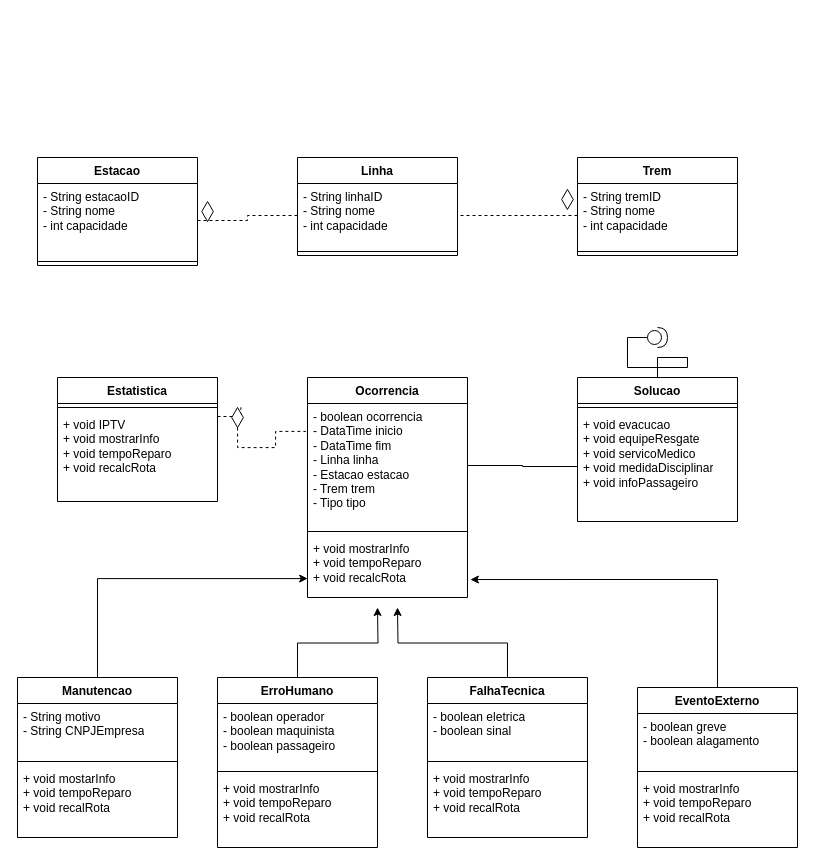
Above: modelagemMalhaFerroviaria.drawio in mariaalicen/DiagramasUML (draw.io), before the change. Source tidied: cells renumbered, new cells numbered last; positions are measured from the earlier drawing's top-left corner, leaving out a move shared by most shapes. Both pictures are drawn from the tidied source at 100%, with x=0, y=0 at pixel (17, 157).
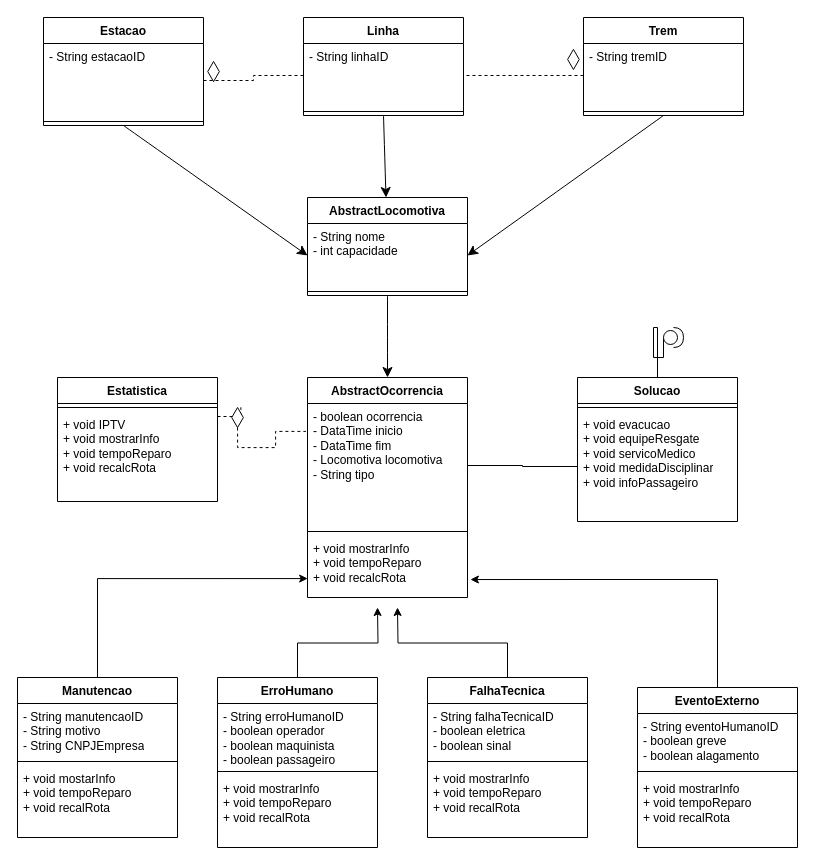
The same page after the edit.

The change refers to these unchanged cells:
```xml
<mxCell id="15" value="Manutencao" style="swimlane;fontStyle=1;align=center;verticalAlign=top;horizontal=1;startSize=26;whiteSpace=wrap;html=1;" parent="1" vertex="1">
  <mxGeometry y="520" width="160" height="160" as="geometry" />
</mxCell>
<mxCell id="20" value="ErroHumano" style="swimlane;fontStyle=1;align=center;verticalAlign=top;horizontal=1;startSize=26;whiteSpace=wrap;html=1;" parent="1" vertex="1">
  <mxGeometry x="200" y="520" width="160" height="170" as="geometry" />
</mxCell>
<mxCell id="25" value="FalhaTecnica" style="swimlane;fontStyle=1;align=center;verticalAlign=top;horizontal=1;startSize=26;whiteSpace=wrap;html=1;" parent="1" vertex="1">
  <mxGeometry x="410" y="520" width="160" height="160" as="geometry" />
</mxCell>
<mxCell id="29" value="EventoExterno" style="swimlane;fontStyle=1;align=center;verticalAlign=top;horizontal=1;startSize=26;whiteSpace=wrap;html=1;" parent="1" vertex="1">
  <mxGeometry x="620" y="530" width="160" height="160" as="geometry" />
</mxCell>
<mxCell id="36" value="Solucao" style="swimlane;fontStyle=1;align=center;verticalAlign=top;horizontal=1;startSize=26;whiteSpace=wrap;html=1;" parent="1" vertex="1">
  <mxGeometry x="560" y="220" width="160" height="144" as="geometry" />
</mxCell>
```

Diff of the diagram source:
```diff
@@
+    <mxCell id="51" style="edgeStyle=none;curved=1;rounded=0;jettySize=auto;html=1;exitX=0.5;exitY=1;exitDx=0;exitDy=0;entryX=0;entryY=0.5;entryDx=0;entryDy=0;fontSize=12;startSize=8;endSize=8;" parent="1" edge="1" source="2" target="56">
+      <mxGeometry relative="1" as="geometry" />
+    </mxCell>
     <mxCell id="2" value="Estacao" style="swimlane;fontStyle=1;align=center;verticalAlign=top;horizontal=1;startSize=26;whiteSpace=wrap;html=1;" parent="1" vertex="1">
-      <mxGeometry x="20" width="160" height="108" as="geometry" />
+      <mxGeometry x="26" y="-140" width="160" height="108" as="geometry" />
     </mxCell>
-    <mxCell id="3" value="- String estacaoID&lt;div&gt;- String nome&lt;/div&gt;&lt;div&gt;- int capacidade&lt;/div&gt;" style="text;strokeColor=none;fillColor=none;align=left;verticalAlign=top;spacingLeft=4;spacingRight=4;overflow=hidden;points=[[0,0.5],[1,0.5]];portConstraint=eastwest;whiteSpace=wrap;html=1;" parent="2" vertex="1">
+    <mxCell id="3" value="- String estacaoID" style="text;strokeColor=none;fillColor=none;align=left;verticalAlign=top;spacingLeft=4;spacingRight=4;overflow=hidden;points=[[0,0.5],[1,0.5]];portConstraint=eastwest;whiteSpace=wrap;html=1;" parent="2" vertex="1">
       <mxGeometry y="26" width="160" height="74" as="geometry" />
     </mxCell>
@@
+    <mxCell id="52" style="edgeStyle=none;curved=1;rounded=0;jettySize=auto;html=1;exitX=0.5;exitY=1;exitDx=0;exitDy=0;fontSize=12;startSize=8;endSize=8;" parent="1" edge="1" source="5" target="55">
+      <mxGeometry relative="1" as="geometry" />
+    </mxCell>
     <mxCell id="5" value="Linha" style="swimlane;fontStyle=1;align=center;verticalAlign=top;horizontal=1;startSize=26;whiteSpace=wrap;html=1;" parent="1" vertex="1">
-      <mxGeometry x="280" width="160" height="98" as="geometry" />
+      <mxGeometry x="286" y="-140" width="160" height="98" as="geometry" />
     </mxCell>
-    <mxCell id="6" value="- String linhaID&lt;div&gt;- String nome&lt;/div&gt;&lt;div&gt;- int capacidade&lt;/div&gt;" style="text;strokeColor=none;fillColor=none;align=left;verticalAlign=top;spacingLeft=4;spacingRight=4;overflow=hidden;points=[[0,0.5],[1,0.5]];portConstraint=eastwest;whiteSpace=wrap;html=1;" parent="5" vertex="1">
+    <mxCell id="6" value="- String linhaID&lt;div&gt;&lt;br&gt;&lt;/div&gt;" style="text;strokeColor=none;fillColor=none;align=left;verticalAlign=top;spacingLeft=4;spacingRight=4;overflow=hidden;points=[[0,0.5],[1,0.5]];portConstraint=eastwest;whiteSpace=wrap;html=1;" parent="5" vertex="1">
       <mxGeometry y="26" width="160" height="64" as="geometry" />
     </mxCell>
@@
+    <mxCell id="53" style="edgeStyle=none;curved=1;rounded=0;jettySize=auto;html=1;exitX=0.5;exitY=1;exitDx=0;exitDy=0;entryX=1;entryY=0.5;entryDx=0;entryDy=0;fontSize=12;startSize=8;endSize=8;" parent="1" edge="1" source="8" target="56">
+      <mxGeometry relative="1" as="geometry" />
+    </mxCell>
     <mxCell id="8" value="Trem" style="swimlane;fontStyle=1;align=center;verticalAlign=top;horizontal=1;startSize=26;whiteSpace=wrap;html=1;" parent="1" vertex="1">
-      <mxGeometry x="560" width="160" height="98" as="geometry" />
+      <mxGeometry x="566" y="-140" width="160" height="98" as="geometry" />
     </mxCell>
-    <mxCell id="9" value="- String tremID&lt;div&gt;- String nome&lt;/div&gt;&lt;div&gt;- int capacidade&lt;/div&gt;" style="text;strokeColor=none;fillColor=none;align=left;verticalAlign=top;spacingLeft=4;spacingRight=4;overflow=hidden;points=[[0,0.5],[1,0.5]];portConstraint=eastwest;whiteSpace=wrap;html=1;" parent="8" vertex="1">
+    <mxCell id="9" value="- String tremID&lt;div&gt;&lt;br&gt;&lt;/div&gt;" style="text;strokeColor=none;fillColor=none;align=left;verticalAlign=top;spacingLeft=4;spacingRight=4;overflow=hidden;points=[[0,0.5],[1,0.5]];portConstraint=eastwest;whiteSpace=wrap;html=1;" parent="8" vertex="1">
       <mxGeometry y="26" width="160" height="64" as="geometry" />
     </mxCell>
@@
-    <mxCell id="11" value="Ocorrencia" style="swimlane;fontStyle=1;align=center;verticalAlign=top;horizontal=1;startSize=26;whiteSpace=wrap;html=1;" parent="1" vertex="1">
+    <mxCell id="11" value="AbstractOcorrencia" style="swimlane;fontStyle=1;align=center;verticalAlign=top;horizontal=1;startSize=26;whiteSpace=wrap;html=1;" parent="1" vertex="1">
       <mxGeometry x="290" y="220" width="160" height="220" as="geometry" />
     </mxCell>
-    <mxCell id="12" value="- boolean ocorrencia&amp;nbsp;&lt;div&gt;- DataTime inicio&amp;nbsp;&lt;/div&gt;&lt;div&gt;- DataTime fim&lt;/div&gt;&lt;div&gt;- Linha linha&amp;nbsp;&lt;/div&gt;&lt;div&gt;- Estacao estacao&amp;nbsp;&lt;/div&gt;&lt;div&gt;- Trem trem&amp;nbsp;&lt;/div&gt;&lt;div&gt;- Tipo tipo&amp;nbsp;&lt;/div&gt;" style="text;strokeColor=none;fillColor=none;align=left;verticalAlign=top;spacingLeft=4;spacingRight=4;overflow=hidden;points=[[0,0.5],[1,0.5]];portConstraint=eastwest;whiteSpace=wrap;html=1;" parent="11" vertex="1">
+    <mxCell id="12" value="- boolean ocorrencia&amp;nbsp;&lt;div&gt;- DataTime inicio&amp;nbsp;&lt;/div&gt;&lt;div&gt;- DataTime fim&lt;/div&gt;&lt;div&gt;- Locomotiva locomotiva&lt;span style=&quot;background-color: initial;&quot;&gt;&amp;nbsp;&lt;/span&gt;&lt;/div&gt;&lt;div&gt;- String tipo&amp;nbsp;&lt;/div&gt;" style="text;strokeColor=none;fillColor=none;align=left;verticalAlign=top;spacingLeft=4;spacingRight=4;overflow=hidden;points=[[0,0.5],[1,0.5]];portConstraint=eastwest;whiteSpace=wrap;html=1;" parent="11" vertex="1">
       <mxGeometry y="26" width="160" height="124" as="geometry" />
     </mxCell>
@@
-    <mxCell id="16" value="- String motivo&lt;div&gt;- String CNPJEmpresa&lt;/div&gt;" style="text;strokeColor=none;fillColor=none;align=left;verticalAlign=top;spacingLeft=4;spacingRight=4;overflow=hidden;whiteSpace=wrap;html=1;" parent="15" vertex="1">
+    <mxCell id="16" value="- String manutencaoID&lt;div&gt;- String motivo&lt;div&gt;- String CNPJEmpresa&lt;/div&gt;&lt;/div&gt;" style="text;strokeColor=none;fillColor=none;align=left;verticalAlign=top;spacingLeft=4;spacingRight=4;overflow=hidden;whiteSpace=wrap;html=1;" parent="15" vertex="1">
       <mxGeometry y="26" width="160" height="54" as="geometry" />
     </mxCell>
@@
-    <mxCell id="21" value="- boolean operador&lt;div&gt;- boolean maquinista&lt;/div&gt;&lt;div&gt;- boolean passageiro&lt;/div&gt;" style="text;strokeColor=none;fillColor=none;align=left;verticalAlign=top;spacingLeft=4;spacingRight=4;overflow=hidden;whiteSpace=wrap;html=1;" parent="20" vertex="1">
+    <mxCell id="21" value="&lt;div&gt;- String erroHumanoID&lt;/div&gt;- boolean operador&lt;div&gt;- boolean maquinista&lt;/div&gt;&lt;div&gt;- boolean passageiro&lt;/div&gt;" style="text;strokeColor=none;fillColor=none;align=left;verticalAlign=top;spacingLeft=4;spacingRight=4;overflow=hidden;whiteSpace=wrap;html=1;" parent="20" vertex="1">
       <mxGeometry y="26" width="160" height="64" as="geometry" />
     </mxCell>
@@
-    <mxCell id="26" value="- boolean eletrica&lt;div&gt;- boolean sinal&lt;/div&gt;" style="text;strokeColor=none;fillColor=none;align=left;verticalAlign=top;spacingLeft=4;spacingRight=4;overflow=hidden;whiteSpace=wrap;html=1;" parent="25" vertex="1">
+    <mxCell id="26" value="&lt;div&gt;- String falhaTecnicaID&lt;/div&gt;- boolean eletrica&lt;div&gt;- boolean sinal&lt;/div&gt;" style="text;strokeColor=none;fillColor=none;align=left;verticalAlign=top;spacingLeft=4;spacingRight=4;overflow=hidden;whiteSpace=wrap;html=1;" parent="25" vertex="1">
       <mxGeometry y="26" width="160" height="54" as="geometry" />
     </mxCell>
@@
-    <mxCell id="30" value="- boolean greve&amp;nbsp;&lt;div&gt;- boolean alagamento&lt;/div&gt;" style="text;strokeColor=none;fillColor=none;align=left;verticalAlign=top;spacingLeft=4;spacingRight=4;overflow=hidden;whiteSpace=wrap;html=1;" parent="29" vertex="1">
+    <mxCell id="30" value="&lt;div&gt;- String eventoHumanoID&lt;/div&gt;- boolean greve&amp;nbsp;&lt;div&gt;- boolean alagamento&lt;/div&gt;" style="text;strokeColor=none;fillColor=none;align=left;verticalAlign=top;spacingLeft=4;spacingRight=4;overflow=hidden;whiteSpace=wrap;html=1;" parent="29" vertex="1">
       <mxGeometry y="26" width="160" height="54" as="geometry" />
     </mxCell>
@@
     <mxCell id="39" style="edgeStyle=orthogonalEdgeStyle;rounded=0;jettySize=auto;html=1;exitX=0;exitY=0.5;exitDx=0;exitDy=0;exitPerimeter=0;endArrow=none;endFill=0;" parent="1" edge="1" source="40" target="36">
-      <mxGeometry relative="1" as="geometry" />
+      <mxGeometry relative="1" as="geometry">
+        <Array as="points">
+          <mxPoint x="646" y="200" />
+          <mxPoint x="636" y="200" />
+          <mxPoint x="636" y="170" />
+          <mxPoint x="640" y="170" />
+        </Array>
+      </mxGeometry>
     </mxCell>
     <mxCell id="40" style="shape=providedRequiredInterface;html=1;verticalLabelPosition=bottom;sketch=0;" parent="1" vertex="1">
-      <mxGeometry x="630" y="170" width="20" height="20" as="geometry" />
+      <mxGeometry x="646" y="170" width="20" height="20" as="geometry" />
     </mxCell>
@@
     <mxCell id="47" style="html=1;whiteSpace=wrap;shape=isoRectangle;rotation=90;" parent="1" vertex="1">
-      <mxGeometry x="180" y="48" width="20.1" height="12.1" as="geometry" />
+      <mxGeometry x="186" y="-92" width="20.1" height="12.1" as="geometry" />
     </mxCell>
     <mxCell id="48" style="html=1;whiteSpace=wrap;shape=isoRectangle;rotation=90;" parent="1" vertex="1">
-      <mxGeometry x="539.9" y="35.9" width="20.1" height="12.1" as="geometry" />
+      <mxGeometry x="545.9" y="-104.1" width="20.1" height="12.1" as="geometry" />
     </mxCell>
@@
+    <mxCell id="54" style="edgeStyle=none;curved=1;rounded=0;jettySize=auto;html=1;exitX=0.5;exitY=1;exitDx=0;exitDy=0;fontSize=12;startSize=8;endSize=8;" parent="1" edge="1" source="55" target="11">
+      <mxGeometry relative="1" as="geometry" />
+    </mxCell>
+    <mxCell id="55" value="AbstractLocomotiva" style="swimlane;fontStyle=1;align=center;verticalAlign=top;horizontal=1;startSize=26;whiteSpace=wrap;html=1;" parent="1" vertex="1">
+      <mxGeometry x="290" y="40" width="160" height="98" as="geometry" />
+    </mxCell>
+    <mxCell id="56" value="- String nome&lt;div&gt;- int capacidade&lt;/div&gt;" style="text;strokeColor=none;fillColor=none;align=left;verticalAlign=top;spacingLeft=4;spacingRight=4;overflow=hidden;points=[[0,0.5],[1,0.5]];portConstraint=eastwest;whiteSpace=wrap;html=1;" parent="55" vertex="1">
+      <mxGeometry y="26" width="160" height="64" as="geometry" />
+    </mxCell>
+    <mxCell id="57" style="line;strokeWidth=1;fillColor=none;align=left;verticalAlign=middle;spacingTop=-1;spacingLeft=3;spacingRight=3;labelPosition=right;strokeColor=inherit;" parent="55" vertex="1">
+      <mxGeometry y="90" width="160" height="8" as="geometry" />
+    </mxCell>
```
